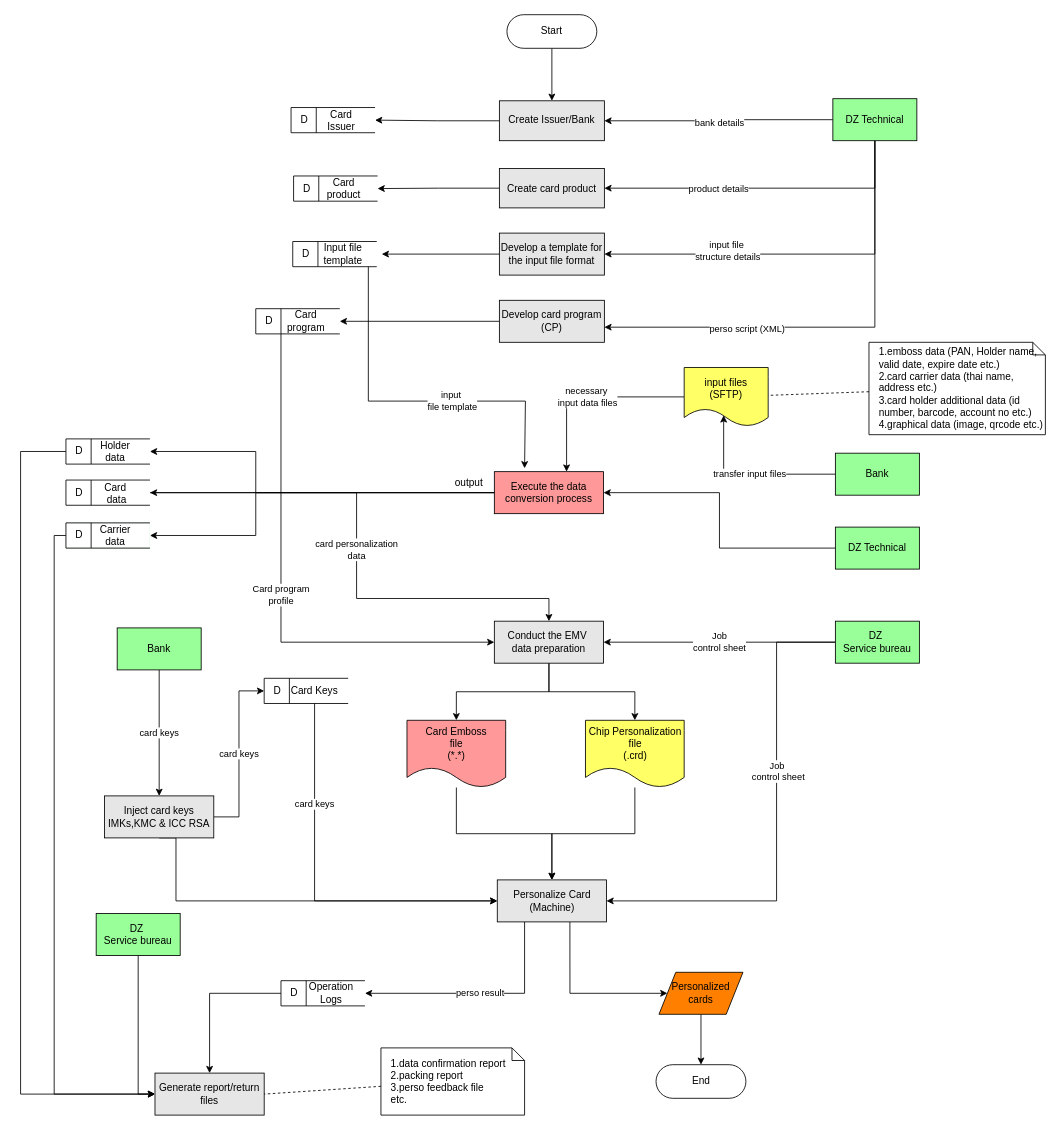
delphihero/MyDocument keeps this draw.io diagram as page "centralize model" (1 of 3) of SmartCPSDesignSystem.drawio. Above is the earlier version. Source tidied: cells renumbered, new cells numbered last; positions are measured from the earlier drawing's top-left corner, leaving out a move shared by most shapes. Both pictures are drawn from the tidied source at 84%, with x=0, y=0 at pixel (20, 14).
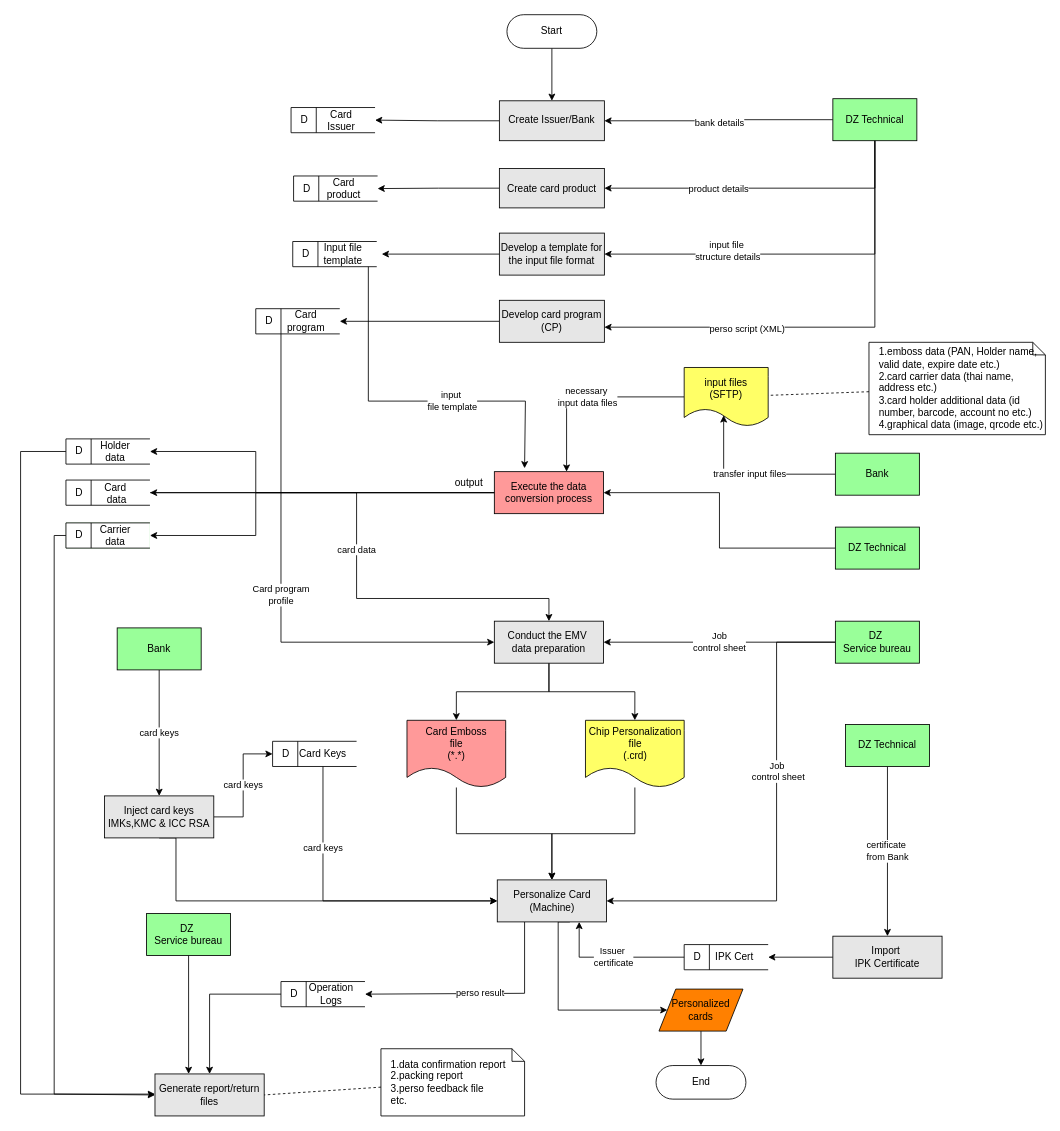
The same diagram, later.

Unchanged cells that the change refers to:
```xml
<mxCell id="43" value="&lt;div&gt;Conduct the EMV&amp;nbsp;&lt;/div&gt;&lt;div&gt;data preparation&lt;/div&gt;" style="html=1;dashed=0;whiteSpace=wrap;fillColor=#E6E6E6;" parent="1" vertex="1">
  <mxGeometry x="564" y="722" width="130" height="50" as="geometry" />
</mxCell>
<mxCell id="48" value="&amp;nbsp; D" style="html=1;dashed=0;whiteSpace=wrap;shape=mxgraph.dfd.dataStoreID;align=left;spacingLeft=3;points=[[0,0],[0.5,0],[1,0],[0,0.5],[1,0.5],[0,1],[0.5,1],[1,1]];" parent="1" vertex="1">
  <mxGeometry x="54" y="554" width="100" height="30" as="geometry" />
</mxCell>
<mxCell id="68" value="&lt;div&gt;Personalize Card&lt;/div&gt;&lt;div&gt;(Machine)&lt;br&gt;&lt;/div&gt;" style="html=1;dashed=0;whiteSpace=wrap;fillColor=#E6E6E6;" parent="1" vertex="1">
  <mxGeometry x="567.5" y="1030" width="130" height="50" as="geometry" />
</mxCell>
```

Change to the diagram source:
```diff
@@
-    <mxCell id="47" value="card personalization &lt;br&gt;&lt;div&gt;data&lt;/div&gt;" style="edgeStyle=orthogonalEdgeStyle;rounded=0;jettySize=auto;html=1;entryX=0.5;entryY=0;entryDx=0;entryDy=0;" parent="1" edge="1" source="48" target="43">
+    <mxCell id="47" value="card data" style="edgeStyle=orthogonalEdgeStyle;rounded=0;jettySize=auto;html=1;entryX=0.5;entryY=0;entryDx=0;entryDy=0;" parent="1" edge="1" source="48" target="43">
       <mxGeometry relative="1" as="geometry">
         <Array as="points">
           <mxPoint x="400" y="569" />
           <mxPoint x="400" y="695" />
           <mxPoint x="629" y="695" />
         </Array>
       </mxGeometry>
     </mxCell>
@@
     <mxCell id="66" style="edgeStyle=orthogonalEdgeStyle;rounded=0;jettySize=auto;html=1;exitX=0.665;exitY=1;exitDx=0;exitDy=0;exitPerimeter=0;entryX=0;entryY=0.5;entryDx=0;entryDy=0;" parent="1" edge="1" source="68" target="70">
       <mxGeometry relative="1" as="geometry">
         <Array as="points">
-          <mxPoint x="654" y="1165" />
+          <mxPoint x="640" y="1080" />
+          <mxPoint x="640" y="1185" />
         </Array>
       </mxGeometry>
     </mxCell>
@@
     <mxCell id="70" value="Personalized cards" style="shape=parallelogram;perimeter=parallelogramPerimeter;whiteSpace=wrap;html=1;dashed=0;fillColor=#FF8000;" parent="1" vertex="1">
-      <mxGeometry x="760" y="1140" width="100" height="50" as="geometry" />
+      <mxGeometry x="760" y="1160" width="100" height="50" as="geometry" />
     </mxCell>
@@
     <mxCell id="73" value="End" style="html=1;dashed=0;whiteSpace=wrap;shape=mxgraph.dfd.start;" parent="1" vertex="1">
-      <mxGeometry x="756.5" y="1250" width="107" height="40" as="geometry" />
+      <mxGeometry x="756.5" y="1251" width="107" height="40" as="geometry" />
     </mxCell>
@@
     <mxCell id="79" style="group;" parent="1" vertex="1">
-      <mxGeometry x="290" y="790" width="100" height="30" as="geometry" />
+      <mxGeometry x="300" y="865" width="100" height="30" as="geometry" />
     </mxCell>
@@
     <mxCell id="83" value="Generate report/return files" style="html=1;dashed=0;whiteSpace=wrap;fillColor=#E6E6E6;" parent="1" vertex="1">
-      <mxGeometry x="160" y="1260" width="130" height="50" as="geometry" />
+      <mxGeometry x="160" y="1261" width="130" height="50" as="geometry" />
     </mxCell>
     <mxCell id="84" style="group;" parent="1" vertex="1">
-      <mxGeometry x="310" y="1150" width="100" height="30" as="geometry" />
+      <mxGeometry x="310" y="1151" width="100" height="30" as="geometry" />
     </mxCell>
@@
-    <mxCell id="87" style="edgeStyle=orthogonalEdgeStyle;rounded=0;jettySize=auto;html=1;entryX=0;entryY=0.5;entryDx=0;entryDy=0;exitX=0.5;exitY=1;exitDx=0;exitDy=0;" parent="1" edge="1" source="88" target="83">
+    <mxCell id="87" style="edgeStyle=orthogonalEdgeStyle;rounded=0;jettySize=auto;html=1;entryX=0.308;entryY=0;entryDx=0;entryDy=0;exitX=0.5;exitY=1;exitDx=0;exitDy=0;entryPerimeter=0;" parent="1" edge="1" source="88" target="83">
       <mxGeometry relative="1" as="geometry" />
     </mxCell>
     <mxCell id="88" value="&lt;div&gt;DZ&amp;nbsp;&lt;/div&gt;&lt;div&gt;Service bureau&lt;/div&gt;" style="html=1;dashed=0;whiteSpace=wrap;fillColor=#99FF99;" parent="1" vertex="1">
-      <mxGeometry x="90" y="1070" width="100" height="50" as="geometry" />
+      <mxGeometry x="150" y="1070" width="100" height="50" as="geometry" />
     </mxCell>
@@
     <mxCell id="90" value="&lt;div&gt;1.data confirmation report&lt;/div&gt;&lt;div&gt;2.packing report&lt;/div&gt;&lt;div&gt;3.perso feedback file&lt;/div&gt;&lt;div&gt;etc.&lt;br&gt;&lt;/div&gt;" style="shape=note;size=15;align=left;spacingLeft=10;html=1;whiteSpace=wrap;" parent="1" vertex="1">
-      <mxGeometry x="429" y="1230" width="171" height="80" as="geometry" />
+      <mxGeometry x="429" y="1231" width="171" height="80" as="geometry" />
     </mxCell>
@@
+    <mxCell id="92" style="group;" parent="1" vertex="1">
+      <mxGeometry x="790" y="1107" width="100" height="30" as="geometry" />
+    </mxCell>
+    <mxCell id="93" value="&amp;nbsp; D" style="html=1;dashed=0;whiteSpace=wrap;shape=mxgraph.dfd.dataStoreID;align=left;spacingLeft=3;points=[[0,0],[0.5,0],[1,0],[0,0.5],[1,0.5],[0,1],[0.5,1],[1,1]];" parent="92" vertex="1">
+      <mxGeometry width="100" height="30" as="geometry" />
+    </mxCell>
+    <mxCell id="94" value="IPK Cert" style="text;strokeColor=none;align=center;fillColor=none;html=1;verticalAlign=middle;whiteSpace=wrap;rounded=0;" parent="92" vertex="1">
+      <mxGeometry x="30" width="60" height="30" as="geometry" />
+    </mxCell>
+    <mxCell id="95" style="edgeStyle=orthogonalEdgeStyle;rounded=0;jettySize=auto;html=1;entryX=1;entryY=0.5;entryDx=0;entryDy=0;" parent="1" edge="1" source="96" target="93">
+      <mxGeometry relative="1" as="geometry" />
+    </mxCell>
+    <mxCell id="96" value="&lt;div&gt;Import&amp;nbsp;&lt;/div&gt;&lt;div&gt;IPK Certificate&lt;/div&gt;" style="html=1;dashed=0;whiteSpace=wrap;fillColor=#E6E6E6;" parent="1" vertex="1">
+      <mxGeometry x="967" y="1097" width="130" height="50" as="geometry" />
+    </mxCell>
+    <mxCell id="97" value="&lt;div&gt;certificate&amp;nbsp;&lt;/div&gt;&lt;div&gt;from Bank&lt;/div&gt;" style="edgeStyle=orthogonalEdgeStyle;rounded=0;jettySize=auto;html=1;" parent="1" edge="1" source="98" target="96">
+      <mxGeometry relative="1" as="geometry" />
+    </mxCell>
+    <mxCell id="98" value="DZ Technical" style="html=1;dashed=0;whiteSpace=wrap;fillColor=#99FF99;" parent="1" vertex="1">
+      <mxGeometry x="982" y="845" width="100" height="50" as="geometry" />
+    </mxCell>
+    <mxCell id="99" value="&lt;div&gt;Issuer&amp;nbsp;&lt;/div&gt;&lt;div&gt;certificate&lt;/div&gt;" style="edgeStyle=orthogonalEdgeStyle;rounded=0;jettySize=auto;html=1;entryX=0.75;entryY=1;entryDx=0;entryDy=0;" parent="1" edge="1" source="93" target="68">
+      <mxGeometry relative="1" as="geometry" />
+    </mxCell>
```
